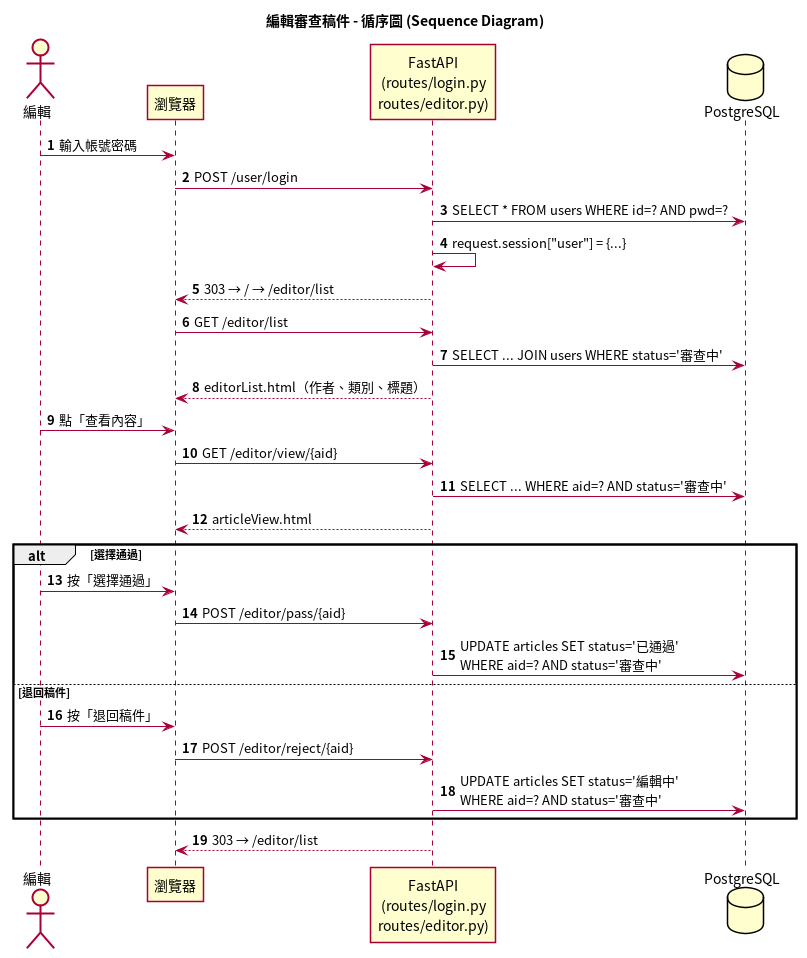
The PlantUML diagram docs/uml/05_sequence_editor.png in 617-lyx/1151se_mid, before a commit. Its source is kept beside it as docs/uml/05_sequence_editor.puml.
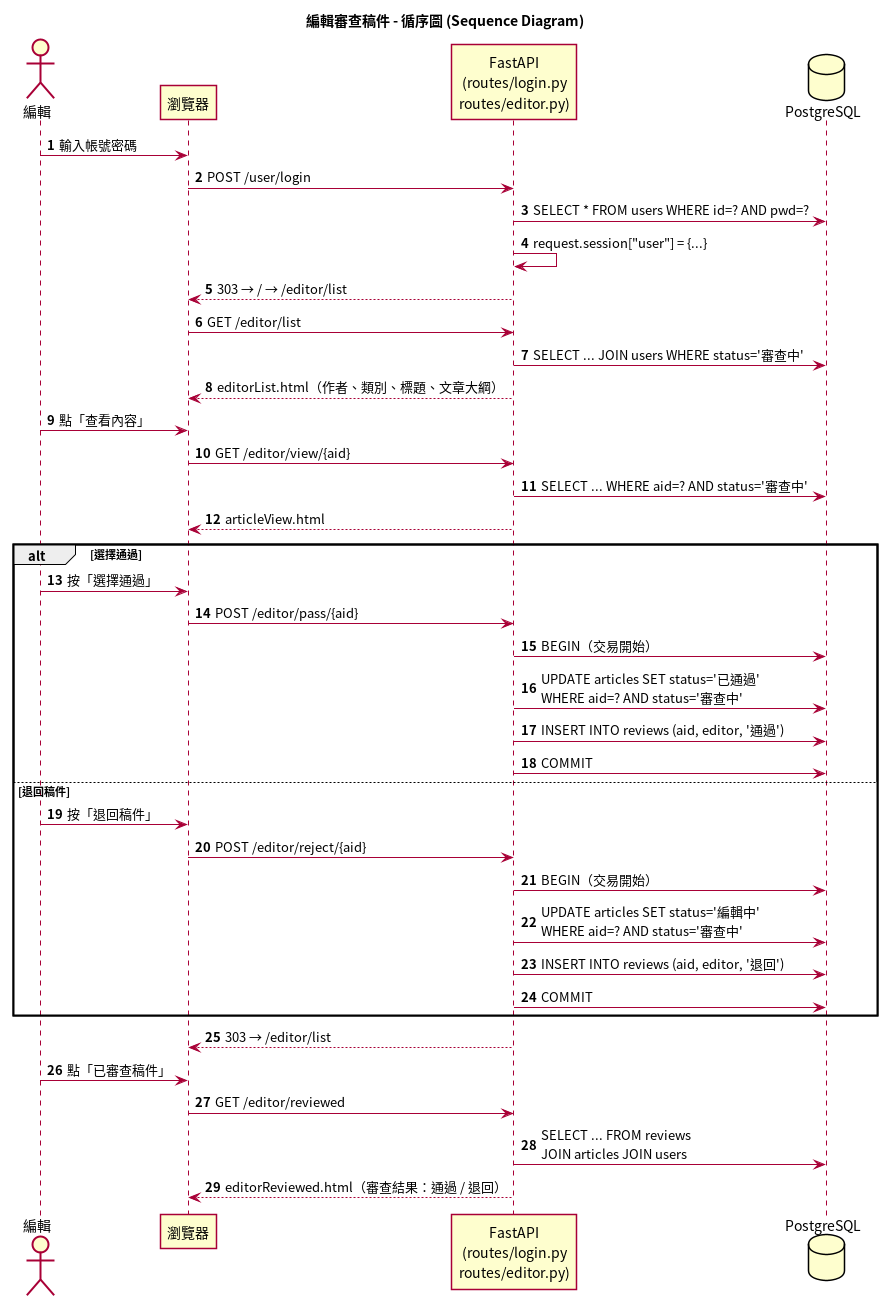
After the commit.

The edit, as a diff of the source:
```diff
@@ -16,7 +16,7 @@
 API --> BR : 303 → / → /editor/list
 BR -> API : GET /editor/list
 API -> DB : SELECT ... JOIN users WHERE status='審查中'
-API --> BR : editorList.html（作者、類別、標題）
+API --> BR : editorList.html（作者、類別、標題、文章大綱）
 編輯 -> BR : 點「查看內容」
 BR -> API : GET /editor/view/{aid}
 API -> DB : SELECT ... WHERE aid=? AND status='審查中'
@@ -24,11 +24,21 @@
 alt 選擇通過
   編輯 -> BR : 按「選擇通過」
   BR -> API : POST /editor/pass/{aid}
+  API -> DB : BEGIN（交易開始）
   API -> DB : UPDATE articles SET status='已通過'\nWHERE aid=? AND status='審查中'
+  API -> DB : INSERT INTO reviews (aid, editor, '通過')
+  API -> DB : COMMIT
 else 退回稿件
   編輯 -> BR : 按「退回稿件」
   BR -> API : POST /editor/reject/{aid}
+  API -> DB : BEGIN（交易開始）
   API -> DB : UPDATE articles SET status='編輯中'\nWHERE aid=? AND status='審查中'
+  API -> DB : INSERT INTO reviews (aid, editor, '退回')
+  API -> DB : COMMIT
 end
 API --> BR : 303 → /editor/list
+編輯 -> BR : 點「已審查稿件」
+BR -> API : GET /editor/reviewed
+API -> DB : SELECT ... FROM reviews\nJOIN articles JOIN users
+API --> BR : editorReviewed.html（審查結果：通過 / 退回）
 @enduml
```
